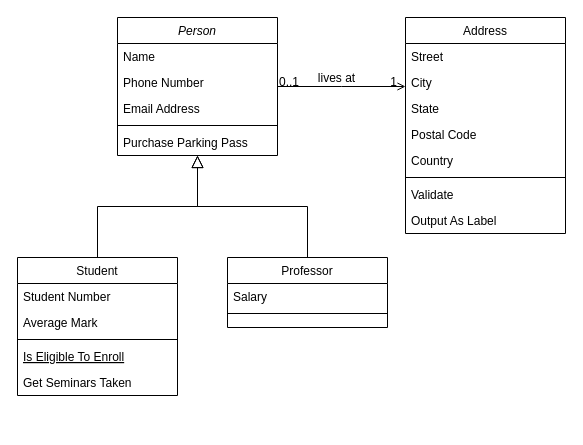
The draw.io diagram Use-case.drawio in Tiaralstari/jobsheet1, before the edit. Source tidied: cells renumbered, new cells numbered last; positions are measured from the earlier drawing's top-left corner, leaving out a move shared by most shapes. Both pictures are drawn from the tidied source at 100%, with x=0, y=0 at pixel (17, 17).
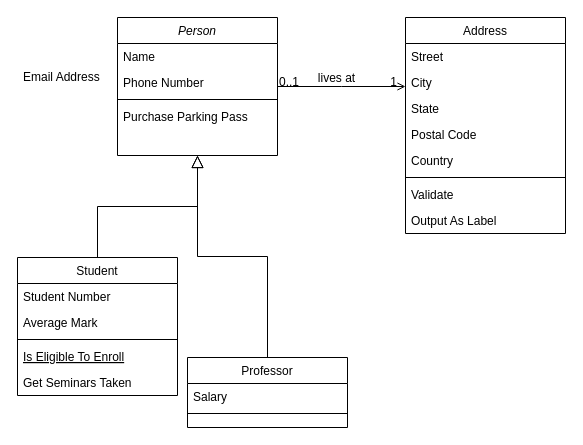
The same diagram, later.

Unchanged cells that the change refers to:
```xml
<mxCell id="2" value="Person" style="swimlane;fontStyle=2;align=center;verticalAlign=top;horizontal=1;startSize=26;rounded=0;shadow=0;strokeWidth=1;" parent="1" vertex="1">
  <mxGeometry x="100" width="160" height="138" as="geometry" />
</mxCell>
```

Change to the diagram source:
```diff
@@
-    <mxCell id="5" value="Email Address" style="text;align=left;verticalAlign=top;spacingLeft=4;spacingRight=4;overflow=hidden;rounded=0;shadow=0;html=0;" parent="2" vertex="1">
-      <mxGeometry y="78" width="160" height="26" as="geometry" />
-    </mxCell>
     <mxCell id="6" style="line;html=1;strokeWidth=1;align=left;verticalAlign=middle;spacingTop=-1;spacingLeft=3;spacingRight=3;labelPosition=right;" parent="2" vertex="1">
-      <mxGeometry y="104" width="160" height="8" as="geometry" />
+      <mxGeometry y="78" width="160" height="8" as="geometry" />
     </mxCell>
     <mxCell id="7" value="Purchase Parking Pass" style="text;align=left;verticalAlign=top;spacingLeft=4;spacingRight=4;overflow=hidden;" parent="2" vertex="1">
-      <mxGeometry y="112" width="160" height="26" as="geometry" />
+      <mxGeometry y="86" width="160" height="26" as="geometry" />
     </mxCell>
@@
     <mxCell id="15" value="Professor" style="swimlane;fontStyle=0;align=center;verticalAlign=top;horizontal=1;startSize=26;rounded=0;shadow=0;strokeWidth=1;" parent="1" vertex="1">
-      <mxGeometry x="210" y="240" width="160" height="70" as="geometry" />
+      <mxGeometry x="170" y="340" width="160" height="70" as="geometry" />
     </mxCell>
@@
+    <mxCell id="5" value="Email Address" style="text;align=left;verticalAlign=top;spacingLeft=4;spacingRight=4;overflow=hidden;rounded=0;shadow=0;html=0;" parent="1" vertex="1">
+      <mxGeometry y="46" width="160" height="4" as="geometry" />
+    </mxCell>
```
